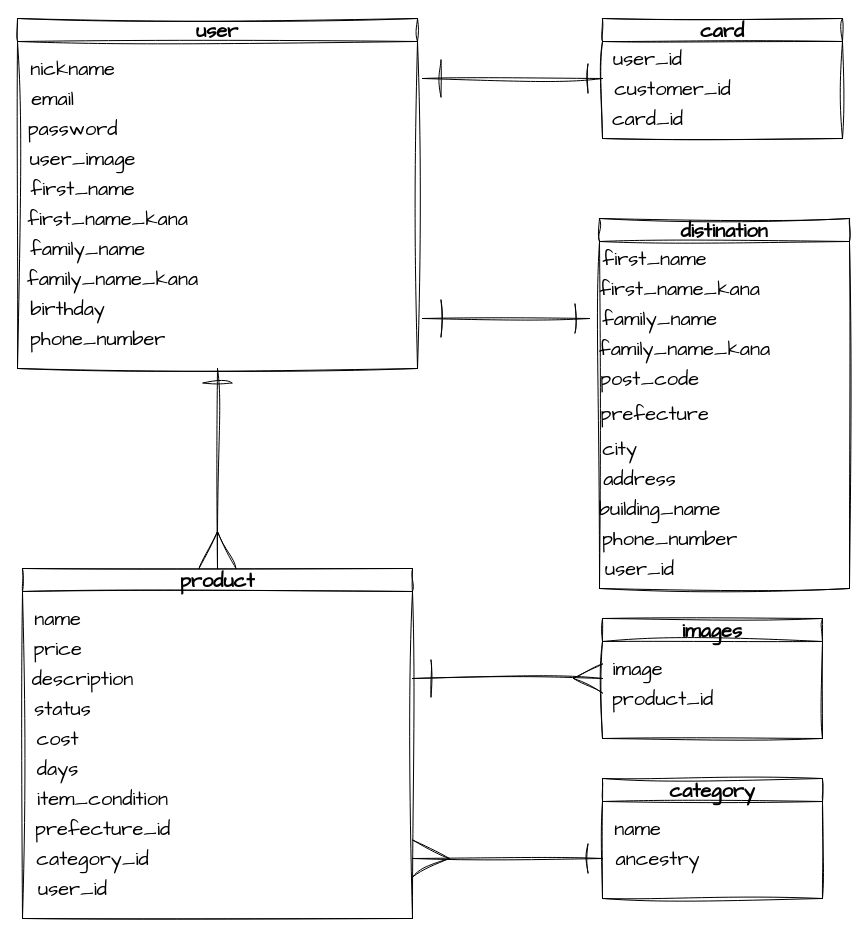
Before: Untitled-1.drawio in kouji777/furima-38659, a draw.io diagram. Source tidied: cells renumbered, new cells numbered last; positions are measured from the earlier drawing's top-left corner, leaving out a move shared by most shapes. Both pictures are drawn from the tidied source at 100%, with x=0, y=0 at pixel (17, 18).
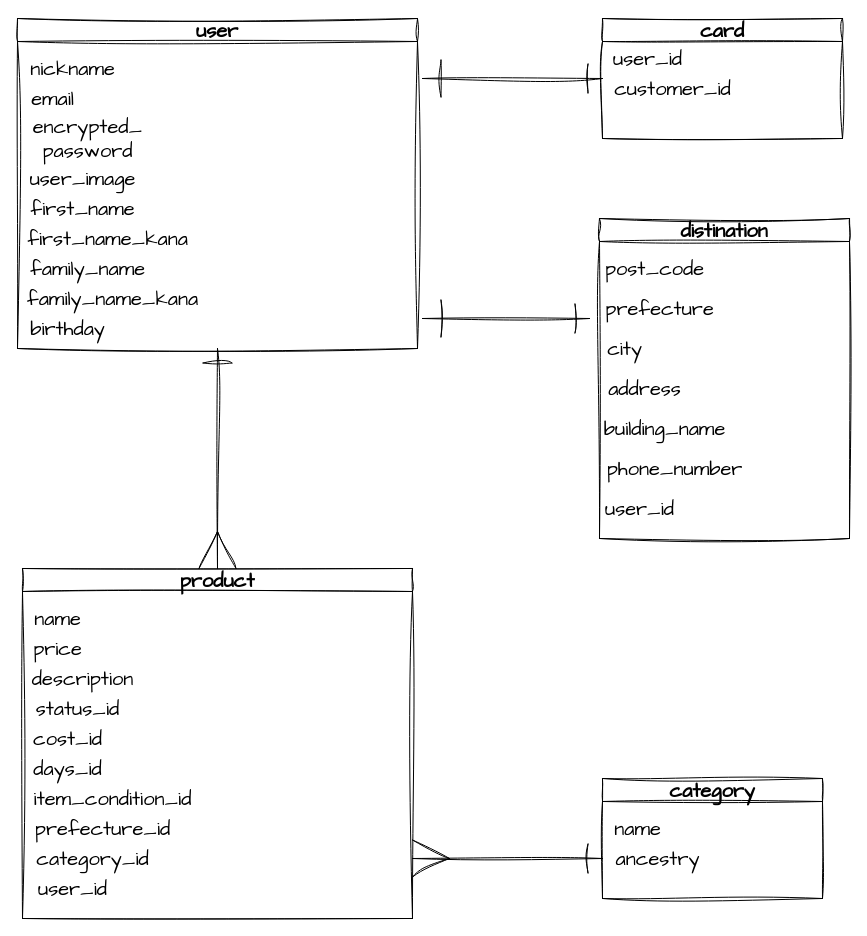
The same diagram, later.

The change refers to these unchanged cells:
```xml
<mxCell id="14" value="product" style="swimlane;whiteSpace=wrap;html=1;sketch=1;hachureGap=4;jiggle=2;curveFitting=1;fontFamily=Architects Daughter;fontSize=20;" parent="1" vertex="1">
  <mxGeometry x="5" y="550" width="390" height="350" as="geometry" />
</mxCell>
<mxCell id="26" value="card" style="swimlane;whiteSpace=wrap;html=1;sketch=1;hachureGap=4;jiggle=2;curveFitting=1;fontFamily=Architects Daughter;fontSize=20;" parent="1" vertex="1">
  <mxGeometry x="585" width="240" height="120" as="geometry" />
</mxCell>
```

Diff of the diagram source:
```diff
@@
     <mxCell id="3" value="user" style="swimlane;whiteSpace=wrap;html=1;sketch=1;hachureGap=4;jiggle=2;curveFitting=1;fontFamily=Architects Daughter;fontSize=20;" parent="1" vertex="1">
-      <mxGeometry width="400" height="350" as="geometry" />
+      <mxGeometry width="400" height="330" as="geometry" />
     </mxCell>
@@
-    <mxCell id="6" value="password" style="text;html=1;align=center;verticalAlign=middle;strokeColor=none;fillColor=none;fontSize=20;fontFamily=Architects Daughter;sketch=1;hachureGap=4;jiggle=2;curveFitting=1;" parent="3" vertex="1">
-      <mxGeometry y="90" width="110" height="40" as="geometry" />
+    <mxCell id="6" value="encrypted_&lt;br&gt;password" style="text;html=1;align=center;verticalAlign=middle;strokeColor=none;fillColor=none;fontSize=20;fontFamily=Architects Daughter;sketch=1;hachureGap=4;jiggle=2;curveFitting=1;" parent="3" vertex="1">
+      <mxGeometry x="5" y="90" width="130" height="60" as="geometry" />
     </mxCell>
     <mxCell id="7" value="user_image" style="text;html=1;align=center;verticalAlign=middle;strokeColor=none;fillColor=none;fontSize=20;fontFamily=Architects Daughter;sketch=1;hachureGap=4;jiggle=2;curveFitting=1;" parent="3" vertex="1">
-      <mxGeometry y="120" width="130" height="40" as="geometry" />
+      <mxGeometry y="140" width="130" height="40" as="geometry" />
     </mxCell>
     <mxCell id="8" value="first_name" style="text;html=1;align=center;verticalAlign=middle;strokeColor=none;fillColor=none;fontSize=20;fontFamily=Architects Daughter;sketch=1;hachureGap=4;jiggle=2;curveFitting=1;" parent="3" vertex="1">
-      <mxGeometry y="150" width="130" height="40" as="geometry" />
+      <mxGeometry y="170" width="130" height="40" as="geometry" />
     </mxCell>
     <mxCell id="9" value="first_name_kana" style="text;html=1;align=center;verticalAlign=middle;strokeColor=none;fillColor=none;fontSize=20;fontFamily=Architects Daughter;sketch=1;hachureGap=4;jiggle=2;curveFitting=1;" parent="3" vertex="1">
-      <mxGeometry y="180" width="180" height="40" as="geometry" />
+      <mxGeometry y="200" width="180" height="40" as="geometry" />
     </mxCell>
     <mxCell id="10" value="family_name" style="text;html=1;align=center;verticalAlign=middle;strokeColor=none;fillColor=none;fontSize=20;fontFamily=Architects Daughter;sketch=1;hachureGap=4;jiggle=2;curveFitting=1;" parent="3" vertex="1">
-      <mxGeometry y="210" width="140" height="40" as="geometry" />
+      <mxGeometry y="230" width="140" height="40" as="geometry" />
     </mxCell>
     <mxCell id="11" value="family_name_kana" style="text;html=1;align=center;verticalAlign=middle;strokeColor=none;fillColor=none;fontSize=20;fontFamily=Architects Daughter;sketch=1;hachureGap=4;jiggle=2;curveFitting=1;" parent="3" vertex="1">
-      <mxGeometry y="240" width="190" height="40" as="geometry" />
+      <mxGeometry y="260" width="190" height="40" as="geometry" />
     </mxCell>
     <mxCell id="12" value="birthday" style="text;html=1;align=center;verticalAlign=middle;strokeColor=none;fillColor=none;fontSize=20;fontFamily=Architects Daughter;sketch=1;hachureGap=4;jiggle=2;curveFitting=1;" parent="3" vertex="1">
-      <mxGeometry y="270" width="100" height="40" as="geometry" />
+      <mxGeometry y="290" width="100" height="40" as="geometry" />
     </mxCell>
-    <mxCell id="13" value="phone_number" style="text;html=1;align=center;verticalAlign=middle;strokeColor=none;fillColor=none;fontSize=20;fontFamily=Architects Daughter;sketch=1;hachureGap=4;jiggle=2;curveFitting=1;" parent="3" vertex="1">
-      <mxGeometry y="300" width="160" height="40" as="geometry" />
-    </mxCell>
@@
-    <mxCell id="18" value="status" style="text;html=1;align=center;verticalAlign=middle;strokeColor=none;fillColor=none;fontSize=20;fontFamily=Architects Daughter;sketch=1;hachureGap=4;jiggle=2;curveFitting=1;" parent="14" vertex="1">
-      <mxGeometry y="120" width="80" height="40" as="geometry" />
+    <mxCell id="18" value="status_id" style="text;html=1;align=center;verticalAlign=middle;strokeColor=none;fillColor=none;fontSize=20;fontFamily=Architects Daughter;sketch=1;hachureGap=4;jiggle=2;curveFitting=1;" parent="14" vertex="1">
+      <mxGeometry y="120" width="110" height="40" as="geometry" />
     </mxCell>
-    <mxCell id="19" value="cost" style="text;html=1;align=center;verticalAlign=middle;strokeColor=none;fillColor=none;fontSize=20;fontFamily=Architects Daughter;sketch=1;hachureGap=4;jiggle=2;curveFitting=1;" parent="14" vertex="1">
-      <mxGeometry y="150" width="70" height="40" as="geometry" />
+    <mxCell id="19" value="cost_id" style="text;html=1;align=center;verticalAlign=middle;strokeColor=none;fillColor=none;fontSize=20;fontFamily=Architects Daughter;sketch=1;hachureGap=4;jiggle=2;curveFitting=1;" parent="14" vertex="1">
+      <mxGeometry y="150" width="90" height="40" as="geometry" />
     </mxCell>
-    <mxCell id="20" value="days" style="text;html=1;align=center;verticalAlign=middle;strokeColor=none;fillColor=none;fontSize=20;fontFamily=Architects Daughter;sketch=1;hachureGap=4;jiggle=2;curveFitting=1;" parent="14" vertex="1">
-      <mxGeometry x="5" y="180" width="60" height="40" as="geometry" />
+    <mxCell id="20" value="days_id" style="text;html=1;align=center;verticalAlign=middle;strokeColor=none;fillColor=none;fontSize=20;fontFamily=Architects Daughter;sketch=1;hachureGap=4;jiggle=2;curveFitting=1;" parent="14" vertex="1">
+      <mxGeometry y="180" width="90" height="40" as="geometry" />
     </mxCell>
-    <mxCell id="21" value="item_condition" style="text;html=1;align=center;verticalAlign=middle;strokeColor=none;fillColor=none;fontSize=20;fontFamily=Architects Daughter;sketch=1;hachureGap=4;jiggle=2;curveFitting=1;" parent="14" vertex="1">
-      <mxGeometry x="5" y="210" width="150" height="40" as="geometry" />
+    <mxCell id="21" value="item_condition_id" style="text;html=1;align=center;verticalAlign=middle;strokeColor=none;fillColor=none;fontSize=20;fontFamily=Architects Daughter;sketch=1;hachureGap=4;jiggle=2;curveFitting=1;" parent="14" vertex="1">
+      <mxGeometry y="210" width="180" height="40" as="geometry" />
     </mxCell>
@@
-    <mxCell id="29" value="card_id" style="text;html=1;align=center;verticalAlign=middle;strokeColor=none;fillColor=none;fontSize=20;fontFamily=Architects Daughter;sketch=1;hachureGap=4;jiggle=2;curveFitting=1;" parent="26" vertex="1">
-      <mxGeometry y="80" width="90" height="40" as="geometry" />
-    </mxCell>
     <mxCell id="30" value="distination" style="swimlane;whiteSpace=wrap;html=1;sketch=1;hachureGap=4;jiggle=2;curveFitting=1;fontFamily=Architects Daughter;fontSize=20;" parent="1" vertex="1">
-      <mxGeometry x="582" y="200" width="250" height="370" as="geometry" />
+      <mxGeometry x="582" y="200" width="250" height="320" as="geometry" />
     </mxCell>
-    <mxCell id="31" value="first_name" style="text;html=1;align=center;verticalAlign=middle;strokeColor=none;fillColor=none;fontSize=20;fontFamily=Architects Daughter;sketch=1;hachureGap=4;jiggle=2;curveFitting=1;" parent="30" vertex="1">
-      <mxGeometry x="-10" y="20" width="130" height="40" as="geometry" />
-    </mxCell>
-    <mxCell id="32" value="first_name_kana" style="text;html=1;align=center;verticalAlign=middle;strokeColor=none;fillColor=none;fontSize=20;fontFamily=Architects Daughter;sketch=1;hachureGap=4;jiggle=2;curveFitting=1;" parent="30" vertex="1">
-      <mxGeometry x="-10" y="50" width="180" height="40" as="geometry" />
-    </mxCell>
-    <mxCell id="33" value="family_name" style="text;html=1;align=center;verticalAlign=middle;points=[];strokeColor=none;fillColor=none;fontSize=20;fontFamily=Architects Daughter;sketch=1;hachureGap=4;jiggle=2;curveFitting=1;" parent="30" vertex="1">
-      <mxGeometry x="-10" y="80" width="140" height="40" as="geometry" />
-    </mxCell>
-    <mxCell id="34" value="family_name_kana" style="text;html=1;align=center;verticalAlign=middle;strokeColor=none;fillColor=none;fontSize=20;fontFamily=Architects Daughter;sketch=1;hachureGap=4;jiggle=2;curveFitting=1;" parent="30" vertex="1">
-      <mxGeometry x="-10" y="110" width="190" height="40" as="geometry" />
-    </mxCell>
     <mxCell id="35" value="post_code" style="text;html=1;align=center;verticalAlign=middle;strokeColor=none;fillColor=none;fontSize=20;fontFamily=Architects Daughter;sketch=1;hachureGap=4;jiggle=2;curveFitting=1;" parent="30" vertex="1">
-      <mxGeometry x="-10" y="140" width="120" height="40" as="geometry" />
+      <mxGeometry x="-5" y="30" width="120" height="40" as="geometry" />
     </mxCell>
     <mxCell id="36" value="prefecture" style="text;html=1;align=center;verticalAlign=middle;strokeColor=none;fillColor=none;fontSize=20;fontFamily=Architects Daughter;sketch=1;hachureGap=4;jiggle=2;curveFitting=1;" parent="30" vertex="1">
-      <mxGeometry x="-10" y="175" width="130" height="40" as="geometry" />
+      <mxGeometry x="-5" y="70" width="130" height="40" as="geometry" />
     </mxCell>
     <mxCell id="37" value="city" style="text;html=1;align=center;verticalAlign=middle;strokeColor=none;fillColor=none;fontSize=20;fontFamily=Architects Daughter;sketch=1;hachureGap=4;jiggle=2;curveFitting=1;" parent="30" vertex="1">
-      <mxGeometry x="-10" y="210" width="60" height="40" as="geometry" />
+      <mxGeometry x="-5" y="110" width="60" height="40" as="geometry" />
     </mxCell>
     <mxCell id="38" value="address" style="text;html=1;align=center;verticalAlign=middle;strokeColor=none;fillColor=none;fontSize=20;fontFamily=Architects Daughter;sketch=1;hachureGap=4;jiggle=2;curveFitting=1;" parent="30" vertex="1">
-      <mxGeometry x="-10" y="240" width="100" height="40" as="geometry" />
+      <mxGeometry x="-5" y="150" width="100" height="40" as="geometry" />
     </mxCell>
     <mxCell id="39" value="building_name" style="text;html=1;align=center;verticalAlign=middle;strokeColor=none;fillColor=none;fontSize=20;fontFamily=Architects Daughter;sketch=1;hachureGap=4;jiggle=2;curveFitting=1;" parent="30" vertex="1">
-      <mxGeometry x="-10" y="270" width="140" height="40" as="geometry" />
+      <mxGeometry x="-5" y="190" width="140" height="40" as="geometry" />
     </mxCell>
     <mxCell id="40" value="phone_number" style="text;html=1;align=center;verticalAlign=middle;strokeColor=none;fillColor=none;fontSize=20;fontFamily=Architects Daughter;sketch=1;hachureGap=4;jiggle=2;curveFitting=1;" parent="30" vertex="1">
-      <mxGeometry x="-10" y="300" width="160" height="40" as="geometry" />
+      <mxGeometry x="-5" y="230" width="160" height="40" as="geometry" />
     </mxCell>
     <mxCell id="41" value="user_id" style="text;html=1;align=center;verticalAlign=middle;strokeColor=none;fillColor=none;fontSize=20;fontFamily=Architects Daughter;sketch=1;hachureGap=4;jiggle=2;curveFitting=1;" parent="30" vertex="1">
-      <mxGeometry x="-5" y="330" width="90" height="40" as="geometry" />
+      <mxGeometry x="-5" y="270" width="90" height="40" as="geometry" />
     </mxCell>
-    <mxCell id="42" style="edgeStyle=none;rounded=0;sketch=1;hachureGap=4;jiggle=2;curveFitting=1;html=1;strokeWidth=1;fontFamily=Architects Daughter;fontSize=16;startArrow=ERmany;startFill=0;endArrow=ERone;endFill=0;startSize=27;endSize=35;targetPerimeterSpacing=0;" parent="1" edge="1" source="43">
-      <mxGeometry relative="1" as="geometry">
-        <mxPoint x="395" y="660" as="targetPoint" />
-      </mxGeometry>
-    </mxCell>
-    <mxCell id="43" value="images" style="swimlane;whiteSpace=wrap;html=1;sketch=1;hachureGap=4;jiggle=2;curveFitting=1;fontFamily=Architects Daughter;fontSize=20;" parent="1" vertex="1">
-      <mxGeometry x="585" y="600" width="220" height="120" as="geometry" />
-    </mxCell>
-    <mxCell id="44" value="image" style="text;html=1;align=center;verticalAlign=middle;strokeColor=none;fillColor=none;fontSize=20;fontFamily=Architects Daughter;sketch=1;hachureGap=4;jiggle=2;curveFitting=1;" parent="43" vertex="1">
-      <mxGeometry y="30" width="70" height="40" as="geometry" />
-    </mxCell>
-    <mxCell id="45" value="product_id" style="text;html=1;align=center;verticalAlign=middle;strokeColor=none;fillColor=none;fontSize=20;fontFamily=Architects Daughter;sketch=1;hachureGap=4;jiggle=2;curveFitting=1;" parent="43" vertex="1">
-      <mxGeometry x="-5" y="60" width="130" height="40" as="geometry" />
-    </mxCell>
@@
-    <mxCell id="49" style="edgeStyle=none;rounded=0;sketch=1;hachureGap=4;jiggle=2;curveFitting=1;html=1;strokeWidth=1;fontFamily=Architects Daughter;fontSize=16;startArrow=ERone;startFill=0;endArrow=ERone;endFill=0;startSize=27;endSize=35;targetPerimeterSpacing=0;" parent="1" edge="1" source="33">
+    <mxCell id="49" style="edgeStyle=none;rounded=0;sketch=1;hachureGap=4;jiggle=2;curveFitting=1;html=1;strokeWidth=1;fontFamily=Architects Daughter;fontSize=16;startArrow=ERone;startFill=0;endArrow=ERone;endFill=0;startSize=27;endSize=35;targetPerimeterSpacing=0;" parent="1" edge="1">
       <mxGeometry relative="1" as="geometry">
+        <mxPoint x="572" y="300" as="sourcePoint" />
         <mxPoint x="405" y="300" as="targetPoint" />
       </mxGeometry>
     </mxCell>
```
